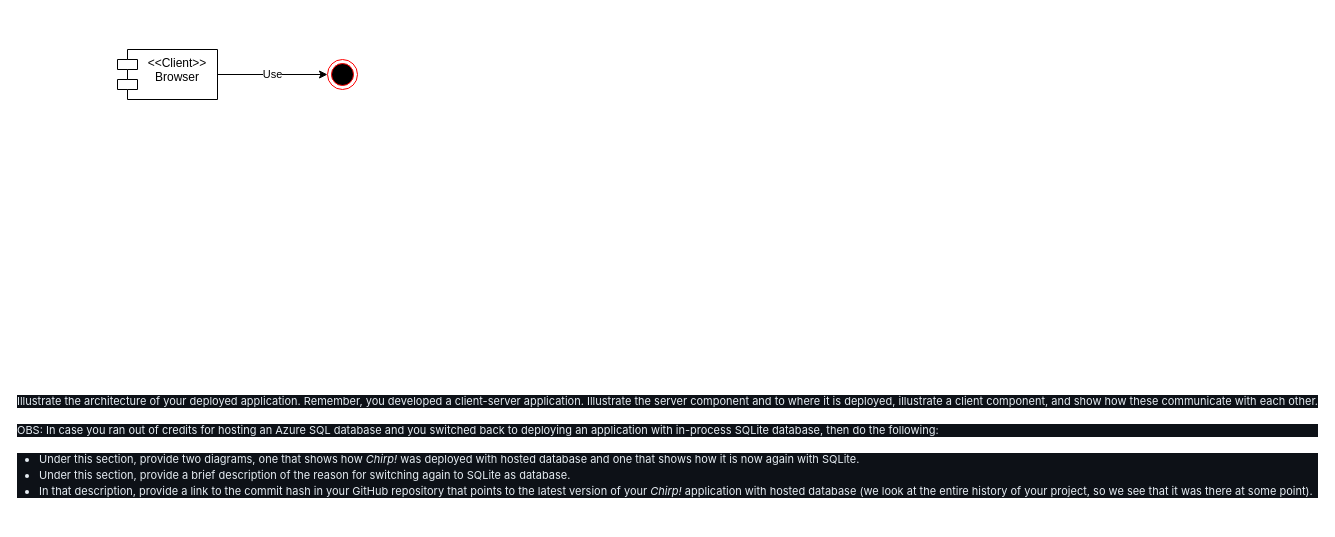
The draw.io diagram docs/images/DeployedArchithecture.drawio in ITU-BDSA23-GROUP22/Chirp, before the edit. Source tidied: cells renumbered, new cells numbered last; positions are measured from the earlier drawing's top-left corner, leaving out a move shared by most shapes. Both pictures are drawn from the tidied source at 100%, with x=0, y=0 at pixel (47, 49).
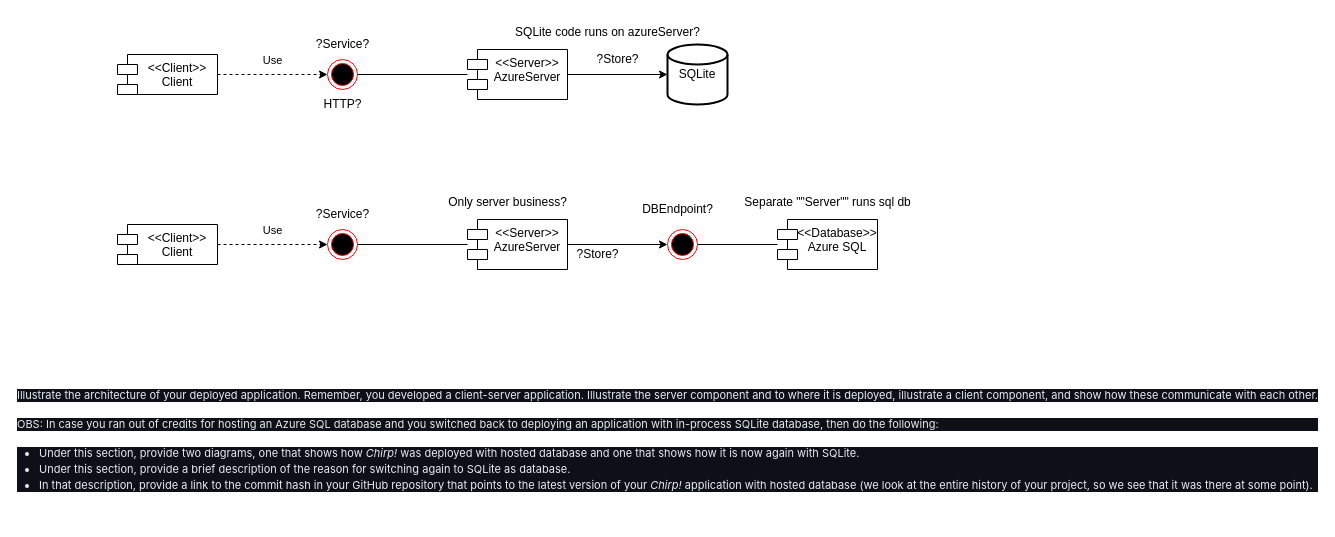
The same diagram, later.

Unchanged cells that the change refers to:
```xml
<mxCell id="5" style="ellipse;html=1;shape=endState;fillColor=#000000;strokeColor=#ff0000;" parent="1" vertex="1">
  <mxGeometry x="280" y="10" width="30" height="30" as="geometry" />
</mxCell>
```

What changed in the source:
```diff
@@
-    <mxCell id="2" style="edgeStyle=orthogonalEdgeStyle;rounded=0;jettySize=auto;html=1;" parent="1" edge="1" source="4" target="5">
+    <mxCell id="2" style="edgeStyle=orthogonalEdgeStyle;rounded=0;jettySize=auto;html=1;dashed=1;" parent="1" edge="1" source="4" target="5">
       <mxGeometry relative="1" as="geometry" />
     </mxCell>
     <mxCell id="3" value="Use" style="edgeLabel;html=1;align=center;verticalAlign=middle;" parent="2" vertex="1">
-      <mxGeometry x="-0.02" y="1" relative="1" as="geometry" />
+      <mxGeometry x="-0.02" y="1" relative="1" as="geometry">
+        <mxPoint y="-14" as="offset" />
+      </mxGeometry>
     </mxCell>
-    <mxCell id="4" value="&amp;lt;&amp;lt;Client&amp;gt;&amp;gt;&lt;br&gt;Browser" style="shape=module;align=left;spacingLeft=20;align=center;verticalAlign=top;whiteSpace=wrap;html=1;" parent="1" vertex="1">
-      <mxGeometry x="70" width="100" height="50" as="geometry" />
+    <mxCell id="4" value="&amp;lt;&amp;lt;Client&amp;gt;&amp;gt;&lt;br&gt;Client" style="shape=module;align=left;spacingLeft=20;align=center;verticalAlign=top;whiteSpace=wrap;html=1;" parent="1" vertex="1">
+      <mxGeometry x="70" y="5" width="100" height="40" as="geometry" />
     </mxCell>
+    <mxCell id="7" style="edgeStyle=orthogonalEdgeStyle;rounded=0;jettySize=auto;html=1;endArrow=none;endFill=0;" parent="1" edge="1" source="5" target="9">
+      <mxGeometry relative="1" as="geometry" />
+    </mxCell>
@@
     <mxCell id="6" value="&lt;p style=&quot;box-sizing: border-box; margin-top: 0px; margin-bottom: 16px; color: rgb(230, 237, 243); font-family: -apple-system, BlinkMacSystemFont, &amp;quot;Segoe UI&amp;quot;, &amp;quot;Noto Sans&amp;quot;, Helvetica, Arial, sans-serif, &amp;quot;Apple Color Emoji&amp;quot;, &amp;quot;Segoe UI Emoji&amp;quot;; font-size: 11px; text-align: start; background-color: rgb(13, 17, 23);&quot; dir=&quot;auto&quot;&gt;Illustrate the architecture of your deployed application. Remember, you developed a client-server application. Illustrate the server component and to where it is deployed, illustrate a client component, and show how these communicate with each other.&lt;/p&gt;&lt;p style=&quot;box-sizing: border-box; margin-top: 0px; margin-bottom: 16px; color: rgb(230, 237, 243); font-family: -apple-system, BlinkMacSystemFont, &amp;quot;Segoe UI&amp;quot;, &amp;quot;Noto Sans&amp;quot;, Helvetica, Arial, sans-serif, &amp;quot;Apple Color Emoji&amp;quot;, &amp;quot;Segoe UI Emoji&amp;quot;; font-size: 11px; text-align: start; background-color: rgb(13, 17, 23);&quot; dir=&quot;auto&quot;&gt;OBS: In case you ran out of credits for hosting an Azure SQL database and you switched back to deploying an application with in-process SQLite database, then do the following:&lt;/p&gt;&lt;ul style=&quot;box-sizing: border-box; padding-left: 2em; margin-top: 0px; margin-bottom: 16px; color: rgb(230, 237, 243); font-family: -apple-system, BlinkMacSystemFont, &amp;quot;Segoe UI&amp;quot;, &amp;quot;Noto Sans&amp;quot;, Helvetica, Arial, sans-serif, &amp;quot;Apple Color Emoji&amp;quot;, &amp;quot;Segoe UI Emoji&amp;quot;; font-size: 11px; text-align: start; background-color: rgb(13, 17, 23);&quot; dir=&quot;auto&quot;&gt;&lt;li style=&quot;box-sizing: border-box; font-size: 11px;&quot;&gt;Under this section, provide two diagrams, one that shows how&amp;nbsp;&lt;em style=&quot;box-sizing: border-box; font-size: 11px;&quot;&gt;Chirp!&lt;/em&gt;&amp;nbsp;was deployed with hosted database and one that shows how it is now again with SQLite.&lt;/li&gt;&lt;li style=&quot;box-sizing: border-box; margin-top: 0.25em; font-size: 11px;&quot;&gt;Under this section, provide a brief description of the reason for switching again to SQLite as database.&lt;/li&gt;&lt;li style=&quot;box-sizing: border-box; margin-top: 0.25em; font-size: 11px;&quot;&gt;In that description, provide a link to the commit hash in your GitHub repository that points to the latest version of your&amp;nbsp;&lt;em style=&quot;box-sizing: border-box; font-size: 11px;&quot;&gt;Chirp!&lt;/em&gt;&amp;nbsp;application with hosted database (we look at the entire history of your project, so we see that it was there at some point).&lt;/li&gt;&lt;/ul&gt;" style="text;html=1;align=center;verticalAlign=middle;strokeColor=none;fillColor=none;fontSize=11;" parent="1" vertex="1">
-      <mxGeometry y="340" width="1240" height="130" as="geometry" />
+      <mxGeometry y="334" width="1240" height="130" as="geometry" />
     </mxCell>
+    <mxCell id="8" style="edgeStyle=orthogonalEdgeStyle;rounded=0;jettySize=auto;html=1;entryX=0;entryY=0.5;entryDx=0;entryDy=0;entryPerimeter=0;" parent="1" edge="1" source="9" target="11">
+      <mxGeometry relative="1" as="geometry" />
+    </mxCell>
+    <mxCell id="9" value="&amp;lt;&amp;lt;Server&amp;gt;&amp;gt;&lt;br&gt;AzureServer" style="shape=module;align=left;spacingLeft=20;align=center;verticalAlign=top;whiteSpace=wrap;html=1;" parent="1" vertex="1">
+      <mxGeometry x="420" width="100" height="50" as="geometry" />
+    </mxCell>
+    <mxCell id="10" value="?Service?" style="text;html=1;align=center;verticalAlign=middle;strokeColor=none;fillColor=none;" parent="1" vertex="1">
+      <mxGeometry x="255" y="-20" width="80" height="30" as="geometry" />
+    </mxCell>
+    <mxCell id="11" value="SQLite" style="strokeWidth=2;html=1;shape=mxgraph.flowchart.database;whiteSpace=wrap;" parent="1" vertex="1">
+      <mxGeometry x="620" y="-5" width="60" height="60" as="geometry" />
+    </mxCell>
+    <mxCell id="12" value="?Store?" style="text;html=1;align=center;verticalAlign=middle;strokeColor=none;fillColor=none;" parent="1" vertex="1">
+      <mxGeometry x="535" y="-5" width="70" height="30" as="geometry" />
+    </mxCell>
+    <mxCell id="13" style="edgeStyle=orthogonalEdgeStyle;rounded=0;jettySize=auto;html=1;dashed=1;" parent="1" edge="1" source="15" target="17">
+      <mxGeometry relative="1" as="geometry" />
+    </mxCell>
+    <mxCell id="14" value="Use" style="edgeLabel;html=1;align=center;verticalAlign=middle;" parent="13" vertex="1">
+      <mxGeometry x="-0.02" y="1" relative="1" as="geometry">
+        <mxPoint y="-14" as="offset" />
+      </mxGeometry>
+    </mxCell>
+    <mxCell id="15" value="&amp;lt;&amp;lt;Client&amp;gt;&amp;gt;&lt;br&gt;Client" style="shape=module;align=left;spacingLeft=20;align=center;verticalAlign=top;whiteSpace=wrap;html=1;" parent="1" vertex="1">
+      <mxGeometry x="70" y="175" width="100" height="40" as="geometry" />
+    </mxCell>
+    <mxCell id="16" style="edgeStyle=orthogonalEdgeStyle;rounded=0;jettySize=auto;html=1;endArrow=none;endFill=0;" parent="1" edge="1" source="17" target="19">
+      <mxGeometry relative="1" as="geometry" />
+    </mxCell>
+    <mxCell id="17" style="ellipse;html=1;shape=endState;fillColor=#000000;strokeColor=#ff0000;" parent="1" vertex="1">
+      <mxGeometry x="280" y="180" width="30" height="30" as="geometry" />
+    </mxCell>
+    <mxCell id="18" style="edgeStyle=orthogonalEdgeStyle;rounded=0;jettySize=auto;html=1;entryX=0;entryY=0.5;entryDx=0;entryDy=0;entryPerimeter=0;" parent="1" edge="1" source="19">
+      <mxGeometry relative="1" as="geometry">
+        <mxPoint x="620" y="195" as="targetPoint" />
+      </mxGeometry>
+    </mxCell>
+    <mxCell id="19" value="&amp;lt;&amp;lt;Server&amp;gt;&amp;gt;&lt;br&gt;AzureServer" style="shape=module;align=left;spacingLeft=20;align=center;verticalAlign=top;whiteSpace=wrap;html=1;" parent="1" vertex="1">
+      <mxGeometry x="420" y="170" width="100" height="50" as="geometry" />
+    </mxCell>
+    <mxCell id="20" value="?Service?" style="text;html=1;align=center;verticalAlign=middle;strokeColor=none;fillColor=none;" parent="1" vertex="1">
+      <mxGeometry x="255" y="150" width="80" height="30" as="geometry" />
+    </mxCell>
+    <mxCell id="21" value="?Store?" style="text;html=1;align=center;verticalAlign=middle;strokeColor=none;fillColor=none;" parent="1" vertex="1">
+      <mxGeometry x="515" y="190" width="70" height="30" as="geometry" />
+    </mxCell>
+    <mxCell id="22" value="HTTP?" style="text;html=1;align=center;verticalAlign=middle;strokeColor=none;fillColor=none;" parent="1" vertex="1">
+      <mxGeometry x="265" y="40" width="60" height="30" as="geometry" />
+    </mxCell>
+    <mxCell id="23" value="&amp;lt;&amp;lt;Database&amp;gt;&amp;gt;&lt;br&gt;Azure SQL&lt;br&gt;" style="shape=module;align=left;spacingLeft=20;align=center;verticalAlign=top;whiteSpace=wrap;html=1;" parent="1" vertex="1">
+      <mxGeometry x="730" y="170" width="100" height="50" as="geometry" />
+    </mxCell>
+    <mxCell id="24" style="edgeStyle=orthogonalEdgeStyle;rounded=0;jettySize=auto;html=1;endArrow=none;endFill=0;" parent="1" edge="1" source="25" target="23">
+      <mxGeometry relative="1" as="geometry" />
+    </mxCell>
+    <mxCell id="25" style="ellipse;html=1;shape=endState;fillColor=#000000;strokeColor=#ff0000;" parent="1" vertex="1">
+      <mxGeometry x="620" y="180" width="30" height="30" as="geometry" />
+    </mxCell>
+    <mxCell id="26" value="DBEndpoint?" style="text;html=1;align=center;verticalAlign=middle;strokeColor=none;fillColor=none;" parent="1" vertex="1">
+      <mxGeometry x="585" y="145" width="90" height="30" as="geometry" />
+    </mxCell>
+    <mxCell id="27" value="SQLite code runs on azureServer?" style="text;html=1;align=center;verticalAlign=middle;strokeColor=none;fillColor=none;" parent="1" vertex="1">
+      <mxGeometry x="455" y="-32" width="210" height="30" as="geometry" />
+    </mxCell>
+    <mxCell id="28" value="Separate &quot;&quot;Server&quot;&quot; runs sql db" style="text;html=1;align=center;verticalAlign=middle;strokeColor=none;fillColor=none;" parent="1" vertex="1">
+      <mxGeometry x="685" y="138" width="190" height="30" as="geometry" />
+    </mxCell>
+    <mxCell id="29" value="Only server business?" style="text;html=1;align=center;verticalAlign=middle;strokeColor=none;fillColor=none;" parent="1" vertex="1">
+      <mxGeometry x="390" y="138" width="140" height="30" as="geometry" />
+    </mxCell>
```
